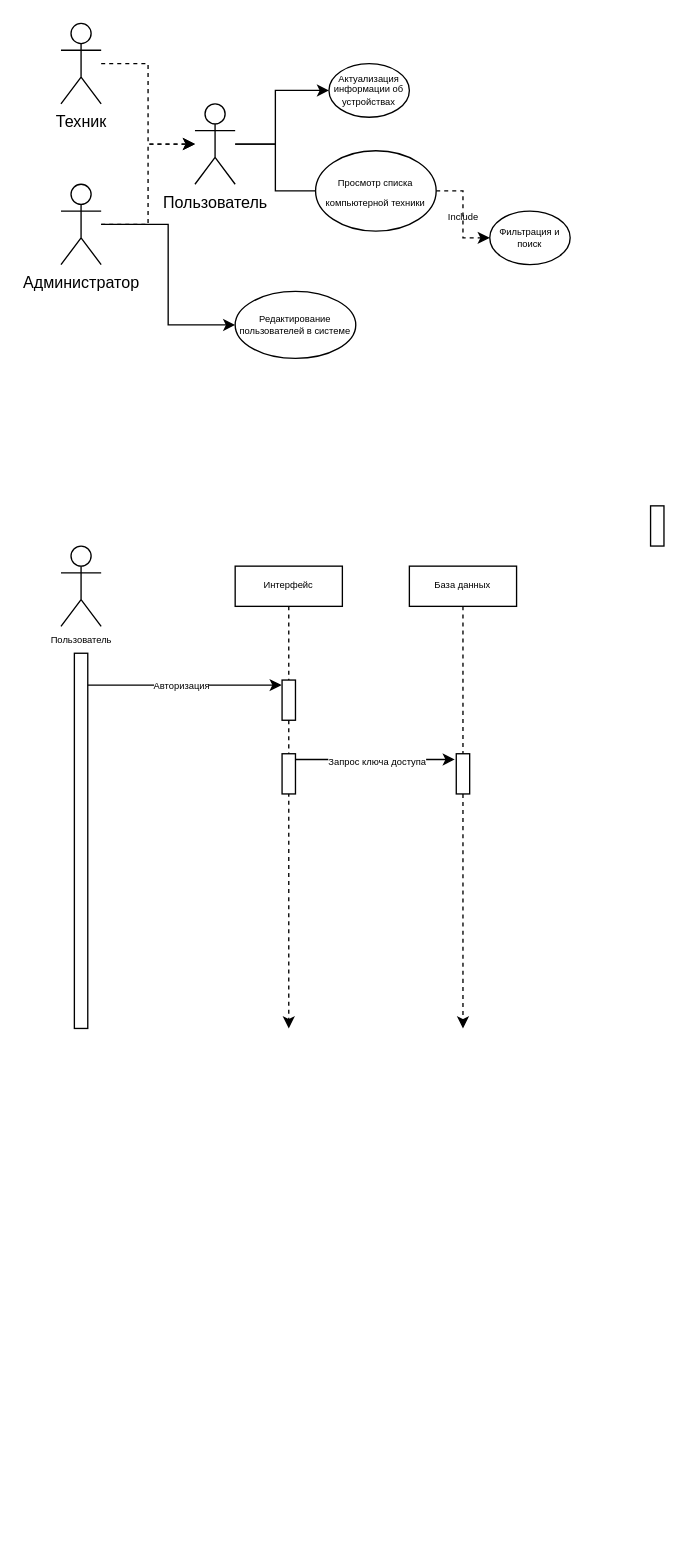
This is Untitled Diagram.drawio from CIRCULARKA/DevSpectorServer, a draw.io file, before an edit. Source tidied: cells renumbered, new cells numbered last; positions are measured from the earlier drawing's top-left corner, leaving out a move shared by most shapes. Both pictures are drawn from the tidied source at 134%, with x=0, y=0 at pixel (60, 23).
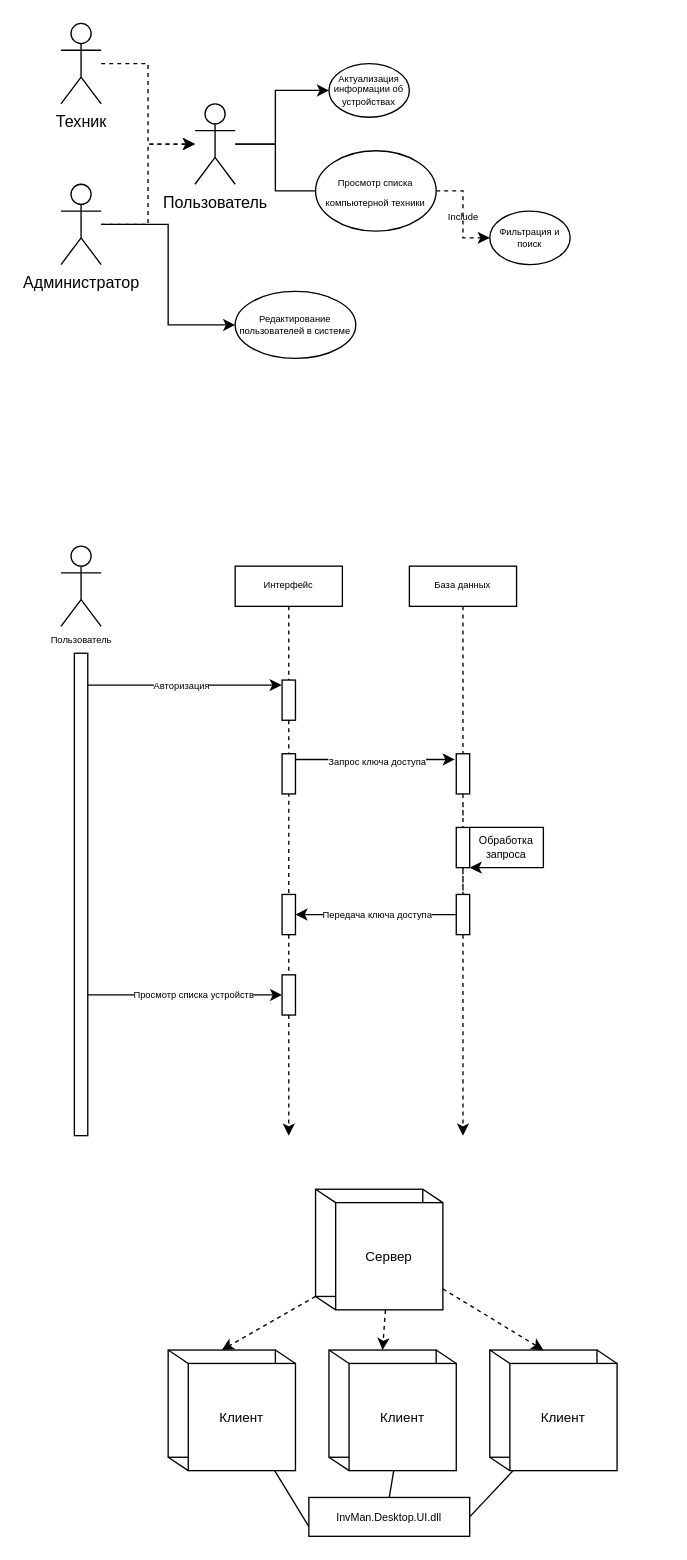
Above is the later version.

The change refers to these unchanged cells:
```xml
<mxCell id="22" style="rounded=0;whiteSpace=wrap;html=1;fontSize=7;" parent="1" vertex="1">
  <mxGeometry x="165" y="490" width="10" height="30" as="geometry" />
</mxCell>
<mxCell id="30" style="rounded=0;whiteSpace=wrap;html=1;fontSize=7;" parent="1" vertex="1">
  <mxGeometry x="295" y="545" width="10" height="30" as="geometry" />
</mxCell>
```

Diff of the diagram source:
```diff
@@
+    <mxCell id="32" style="edgeStyle=orthogonalEdgeStyle;rounded=0;jettySize=auto;html=1;entryX=0;entryY=0.5;entryDx=0;entryDy=0;fontSize=7;" parent="1" edge="1" source="19" target="43">
+      <mxGeometry relative="1" as="geometry">
+        <Array as="points">
+          <mxPoint x="60" y="725" />
+          <mxPoint x="60" y="725" />
+        </Array>
+      </mxGeometry>
+    </mxCell>
+    <mxCell id="33" value="Просмотр списка устройств" style="edgeLabel;html=1;align=center;verticalAlign=middle;fontSize=7;" parent="32" vertex="1">
+      <mxGeometry x="0.07" relative="1" as="geometry" />
+    </mxCell>
     <mxCell id="19" style="rounded=0;whiteSpace=wrap;html=1;fontSize=7;" parent="1" vertex="1">
-      <mxGeometry x="10" y="470" width="10" height="280" as="geometry" />
+      <mxGeometry x="10" y="470" width="10" height="360" as="geometry" />
     </mxCell>
-    <mxCell id="20" style="edgeStyle=orthogonalEdgeStyle;rounded=0;jettySize=auto;html=1;dashed=1;fontSize=7;endArrow=classic;endFill=1;startArrow=none;" parent="1" edge="1" source="22">
+    <mxCell id="20" style="edgeStyle=orthogonalEdgeStyle;rounded=0;jettySize=auto;html=1;dashed=1;fontSize=7;endArrow=classic;endFill=1;startArrow=none;" parent="1" edge="1" source="41">
       <mxGeometry relative="1" as="geometry">
-        <mxPoint x="170" y="750" as="targetPoint" />
+        <mxPoint x="170" y="830" as="targetPoint" />
       </mxGeometry>
     </mxCell>
@@
-    <mxCell id="24" style="edgeStyle=orthogonalEdgeStyle;rounded=0;jettySize=auto;html=1;dashed=1;fontSize=7;endArrow=classic;endFill=1;startArrow=none;" parent="1" edge="1" source="30">
+    <mxCell id="24" style="edgeStyle=orthogonalEdgeStyle;rounded=0;jettySize=auto;html=1;dashed=1;fontSize=7;endArrow=classic;endFill=1;startArrow=none;" parent="1" edge="1" source="39">
       <mxGeometry relative="1" as="geometry">
-        <mxPoint x="300" y="750" as="targetPoint" />
+        <mxPoint x="300" y="830" as="targetPoint" />
       </mxGeometry>
     </mxCell>
@@
-    <mxCell id="28" style="rounded=0;whiteSpace=wrap;html=1;fontSize=7;" parent="1" vertex="1">
-      <mxGeometry x="165" y="545" width="10" height="30" as="geometry" />
-    </mxCell>
-    <mxCell id="29" style="rounded=0;whiteSpace=wrap;html=1;fontSize=7;" parent="1" vertex="1">
-      <mxGeometry x="440" y="360" width="10" height="30" as="geometry" />
-    </mxCell>
@@
+    <mxCell id="34" style="edgeStyle=orthogonalEdgeStyle;rounded=0;orthogonalLoop=1;jettySize=auto;html=1;exitX=1;exitY=0;exitDx=0;exitDy=0;fontSize=8;entryX=1;entryY=1;entryDx=0;entryDy=0;" parent="1" edge="1" source="29" target="29">
+      <mxGeometry relative="1" as="geometry">
+        <Array as="points">
+          <mxPoint x="360" y="600" />
+          <mxPoint x="360" y="630" />
+        </Array>
+      </mxGeometry>
+    </mxCell>
+    <mxCell id="29" style="rounded=0;whiteSpace=wrap;html=1;fontSize=7;" parent="1" vertex="1">
+      <mxGeometry x="295" y="600" width="10" height="30" as="geometry" />
+    </mxCell>
+    <mxCell id="35" style="edgeStyle=orthogonalEdgeStyle;rounded=0;jettySize=auto;html=1;dashed=1;fontSize=7;endArrow=none;endFill=1;startArrow=none;" parent="1" edge="1" source="30" target="29">
+      <mxGeometry relative="1" as="geometry" />
+    </mxCell>
+    <mxCell id="36" value="Обработка запроса" style="text;html=1;strokeColor=none;fillColor=none;align=center;verticalAlign=middle;whiteSpace=wrap;rounded=0;fontSize=8;" parent="1" vertex="1">
+      <mxGeometry x="305" y="600" width="55" height="30" as="geometry" />
+    </mxCell>
+    <mxCell id="37" style="edgeStyle=orthogonalEdgeStyle;rounded=0;jettySize=auto;html=1;fontSize=8;" parent="1" edge="1" source="39" target="41">
+      <mxGeometry relative="1" as="geometry" />
+    </mxCell>
+    <mxCell id="38" value="Передача ключа доступа" style="edgeLabel;html=1;align=center;verticalAlign=middle;fontSize=7;" parent="37" vertex="1">
+      <mxGeometry x="-0.32" relative="1" as="geometry">
+        <mxPoint x="-19" as="offset" />
+      </mxGeometry>
+    </mxCell>
+    <mxCell id="39" style="rounded=0;whiteSpace=wrap;html=1;fontSize=7;" parent="1" vertex="1">
+      <mxGeometry x="295" y="650" width="10" height="30" as="geometry" />
+    </mxCell>
+    <mxCell id="40" style="edgeStyle=orthogonalEdgeStyle;rounded=0;jettySize=auto;html=1;dashed=1;fontSize=7;endArrow=none;endFill=1;startArrow=none;" parent="1" edge="1" source="29" target="39">
+      <mxGeometry relative="1" as="geometry" />
+    </mxCell>
+    <mxCell id="41" style="rounded=0;whiteSpace=wrap;html=1;fontSize=7;" parent="1" vertex="1">
+      <mxGeometry x="165" y="650" width="10" height="30" as="geometry" />
+    </mxCell>
+    <mxCell id="42" style="edgeStyle=orthogonalEdgeStyle;rounded=0;jettySize=auto;html=1;dashed=1;fontSize=7;endArrow=none;endFill=1;startArrow=none;" parent="1" edge="1" source="22" target="41">
+      <mxGeometry relative="1" as="geometry" />
+    </mxCell>
+    <mxCell id="28" style="rounded=0;whiteSpace=wrap;html=1;fontSize=7;" parent="1" vertex="1">
+      <mxGeometry x="165" y="545" width="10" height="30" as="geometry" />
+    </mxCell>
+    <mxCell id="43" style="rounded=0;whiteSpace=wrap;html=1;fontSize=7;" parent="1" vertex="1">
+      <mxGeometry x="165" y="710" width="10" height="30" as="geometry" />
+    </mxCell>
+    <mxCell id="44" style="group;" parent="1" vertex="1">
+      <mxGeometry x="190" y="870" width="95" height="90" as="geometry" />
+    </mxCell>
+    <mxCell id="45" style="whiteSpace=wrap;html=1;fontSize=7;" parent="44" vertex="1">
+      <mxGeometry width="80" height="80" as="geometry" />
+    </mxCell>
+    <mxCell id="46" value="&lt;font size=&quot;1&quot;&gt;Сервер&lt;/font&gt;" style="whiteSpace=wrap;html=1;fontSize=7;" parent="44" vertex="1">
+      <mxGeometry x="15" y="10" width="80" height="80" as="geometry" />
+    </mxCell>
+    <mxCell id="47" style="endArrow=none;html=1;rounded=0;fontSize=7;exitX=1;exitY=0;exitDx=0;exitDy=0;entryX=1;entryY=0;entryDx=0;entryDy=0;" parent="44" edge="1" source="46" target="45">
+      <mxGeometry relative="1" as="geometry" />
+    </mxCell>
+    <mxCell id="48" style="endArrow=none;html=1;rounded=0;fontSize=7;entryX=0;entryY=0;entryDx=0;entryDy=0;exitX=0;exitY=0;exitDx=0;exitDy=0;" parent="44" edge="1" source="46" target="45">
+      <mxGeometry relative="1" as="geometry" />
+    </mxCell>
+    <mxCell id="49" style="endArrow=none;html=1;rounded=0;fontSize=7;entryX=0;entryY=1;entryDx=0;entryDy=0;exitX=0;exitY=1;exitDx=0;exitDy=0;" parent="44" edge="1" source="45" target="46">
+      <mxGeometry relative="1" as="geometry" />
+    </mxCell>
+    <mxCell id="50" style="group;" parent="1" vertex="1">
+      <mxGeometry x="80" y="990" width="95" height="90" as="geometry" />
+    </mxCell>
+    <mxCell id="51" style="whiteSpace=wrap;html=1;fontSize=7;" parent="50" vertex="1">
+      <mxGeometry width="80" height="80" as="geometry" />
+    </mxCell>
+    <mxCell id="52" value="&lt;font size=&quot;1&quot;&gt;Клиент&lt;/font&gt;" style="whiteSpace=wrap;html=1;fontSize=7;" parent="50" vertex="1">
+      <mxGeometry x="15" y="10" width="80" height="80" as="geometry" />
+    </mxCell>
+    <mxCell id="53" style="endArrow=none;html=1;rounded=0;fontSize=7;exitX=1;exitY=0;exitDx=0;exitDy=0;entryX=1;entryY=0;entryDx=0;entryDy=0;" parent="50" edge="1" source="52" target="51">
+      <mxGeometry relative="1" as="geometry" />
+    </mxCell>
+    <mxCell id="54" style="endArrow=none;html=1;rounded=0;fontSize=7;entryX=0;entryY=0;entryDx=0;entryDy=0;exitX=0;exitY=0;exitDx=0;exitDy=0;" parent="50" edge="1" source="52" target="51">
+      <mxGeometry relative="1" as="geometry" />
+    </mxCell>
+    <mxCell id="55" style="endArrow=none;html=1;rounded=0;fontSize=7;entryX=0;entryY=1;entryDx=0;entryDy=0;exitX=0;exitY=1;exitDx=0;exitDy=0;" parent="50" edge="1" source="51" target="52">
+      <mxGeometry relative="1" as="geometry" />
+    </mxCell>
+    <mxCell id="56" style="group;" parent="1" vertex="1">
+      <mxGeometry x="200" y="990" width="95" height="90" as="geometry" />
+    </mxCell>
+    <mxCell id="57" style="whiteSpace=wrap;html=1;fontSize=7;" parent="56" vertex="1">
+      <mxGeometry width="80" height="80" as="geometry" />
+    </mxCell>
+    <mxCell id="58" value="&lt;font size=&quot;1&quot;&gt;Клиент&lt;/font&gt;" style="whiteSpace=wrap;html=1;fontSize=7;" parent="56" vertex="1">
+      <mxGeometry x="15" y="10" width="80" height="80" as="geometry" />
+    </mxCell>
+    <mxCell id="59" style="endArrow=none;html=1;rounded=0;fontSize=7;exitX=1;exitY=0;exitDx=0;exitDy=0;entryX=1;entryY=0;entryDx=0;entryDy=0;" parent="56" edge="1" source="58" target="57">
+      <mxGeometry relative="1" as="geometry" />
+    </mxCell>
+    <mxCell id="60" style="endArrow=none;html=1;rounded=0;fontSize=7;entryX=0;entryY=0;entryDx=0;entryDy=0;exitX=0;exitY=0;exitDx=0;exitDy=0;" parent="56" edge="1" source="58" target="57">
+      <mxGeometry relative="1" as="geometry" />
+    </mxCell>
+    <mxCell id="61" style="endArrow=none;html=1;rounded=0;fontSize=7;entryX=0;entryY=1;entryDx=0;entryDy=0;exitX=0;exitY=1;exitDx=0;exitDy=0;" parent="56" edge="1" source="57" target="58">
+      <mxGeometry relative="1" as="geometry" />
+    </mxCell>
+    <mxCell id="62" style="group;" parent="1" vertex="1">
+      <mxGeometry x="320" y="990" width="95" height="90" as="geometry" />
+    </mxCell>
+    <mxCell id="63" style="whiteSpace=wrap;html=1;fontSize=7;" parent="62" vertex="1">
+      <mxGeometry width="80" height="80" as="geometry" />
+    </mxCell>
+    <mxCell id="64" value="&lt;font size=&quot;1&quot;&gt;Клиент&lt;/font&gt;" style="whiteSpace=wrap;html=1;fontSize=7;" parent="62" vertex="1">
+      <mxGeometry x="15" y="10" width="80" height="80" as="geometry" />
+    </mxCell>
+    <mxCell id="65" style="endArrow=none;html=1;rounded=0;fontSize=7;exitX=1;exitY=0;exitDx=0;exitDy=0;entryX=1;entryY=0;entryDx=0;entryDy=0;" parent="62" edge="1" source="64" target="63">
+      <mxGeometry relative="1" as="geometry" />
+    </mxCell>
+    <mxCell id="66" style="endArrow=none;html=1;rounded=0;fontSize=7;entryX=0;entryY=0;entryDx=0;entryDy=0;exitX=0;exitY=0;exitDx=0;exitDy=0;" parent="62" edge="1" source="64" target="63">
+      <mxGeometry relative="1" as="geometry" />
+    </mxCell>
+    <mxCell id="67" style="endArrow=none;html=1;rounded=0;fontSize=7;entryX=0;entryY=1;entryDx=0;entryDy=0;exitX=0;exitY=1;exitDx=0;exitDy=0;" parent="62" edge="1" source="63" target="64">
+      <mxGeometry relative="1" as="geometry" />
+    </mxCell>
+    <mxCell id="68" style="rounded=0;jettySize=auto;html=1;entryX=0.5;entryY=0;entryDx=0;entryDy=0;fontSize=8;dashed=1;" parent="1" edge="1" target="51">
+      <mxGeometry relative="1" as="geometry">
+        <mxPoint x="190" y="950" as="sourcePoint" />
+      </mxGeometry>
+    </mxCell>
+    <mxCell id="69" style="edgeStyle=none;rounded=0;jettySize=auto;html=1;entryX=0.5;entryY=0;entryDx=0;entryDy=0;fontSize=8;dashed=1;" parent="1" edge="1" source="46" target="63">
+      <mxGeometry relative="1" as="geometry" />
+    </mxCell>
+    <mxCell id="70" style="edgeStyle=none;rounded=0;jettySize=auto;html=1;entryX=0.5;entryY=0;entryDx=0;entryDy=0;fontSize=8;dashed=1;" parent="1" edge="1" source="46" target="57">
+      <mxGeometry relative="1" as="geometry" />
+    </mxCell>
+    <mxCell id="71" value="InvMan.Desktop.UI.dll" style="rounded=0;whiteSpace=wrap;html=1;fontSize=8;" parent="1" vertex="1">
+      <mxGeometry x="185" y="1100" width="120" height="29" as="geometry" />
+    </mxCell>
+    <mxCell id="72" style="edgeStyle=none;rounded=0;jettySize=auto;html=1;entryX=0;entryY=0.75;entryDx=0;entryDy=0;fontSize=8;endArrow=none;endFill=0;" parent="1" edge="1" source="52" target="71">
+      <mxGeometry relative="1" as="geometry" />
+    </mxCell>
+    <mxCell id="73" style="edgeStyle=none;rounded=0;jettySize=auto;html=1;entryX=0.5;entryY=0;entryDx=0;entryDy=0;fontSize=8;endArrow=none;endFill=0;" parent="1" edge="1" source="58" target="71">
+      <mxGeometry relative="1" as="geometry" />
+    </mxCell>
+    <mxCell id="74" style="edgeStyle=none;rounded=0;jettySize=auto;html=1;entryX=1;entryY=0.5;entryDx=0;entryDy=0;fontSize=8;endArrow=none;endFill=0;" parent="1" edge="1" source="64" target="71">
+      <mxGeometry relative="1" as="geometry" />
+    </mxCell>
```
